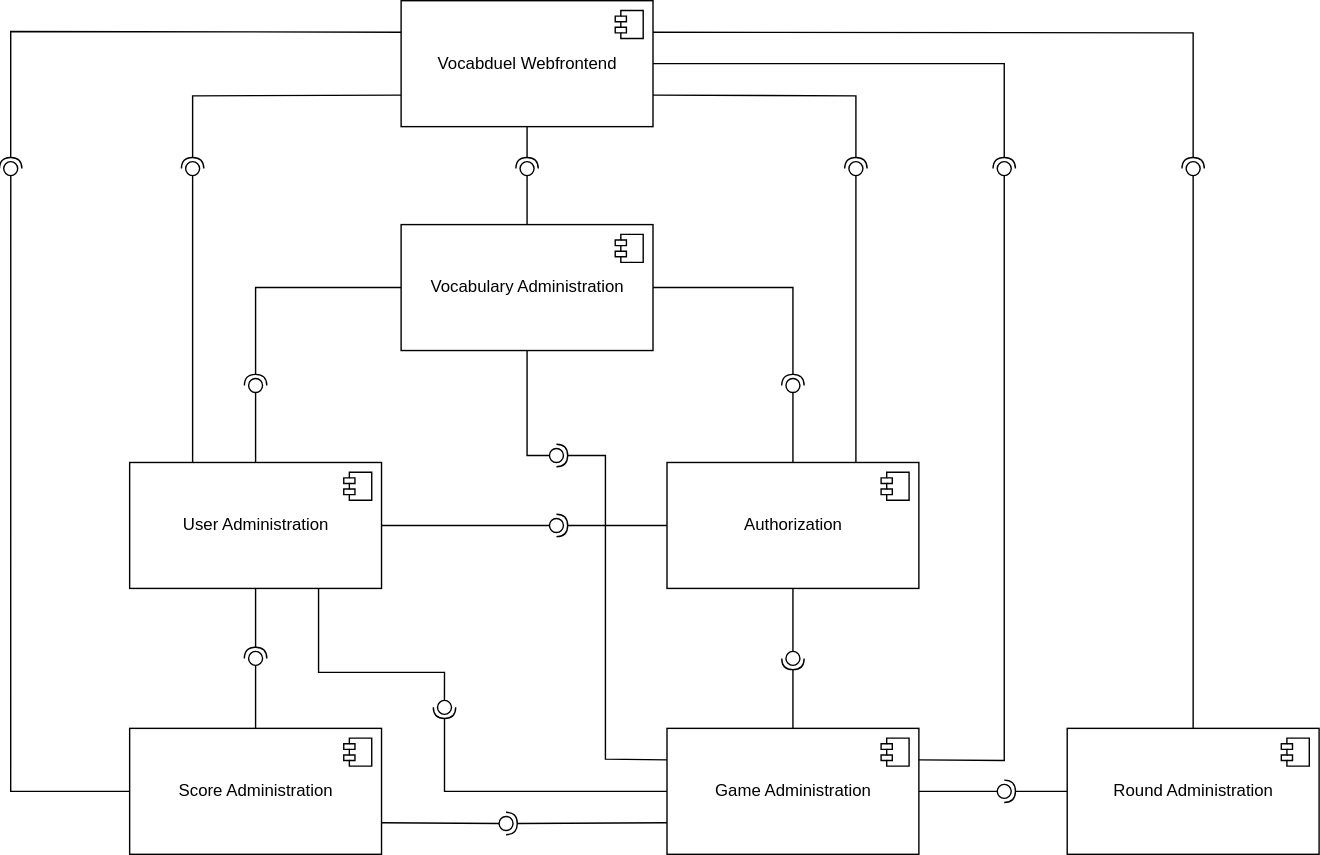
Above: components_diagram.svg in lucaslar/htw-kba-gr7-vocabduel-monorepo (draw.io), before the change. Source tidied: cells renumbered, new cells last; positions are measured from the earlier drawing's top-left corner, leaving out a move shared by most shapes.
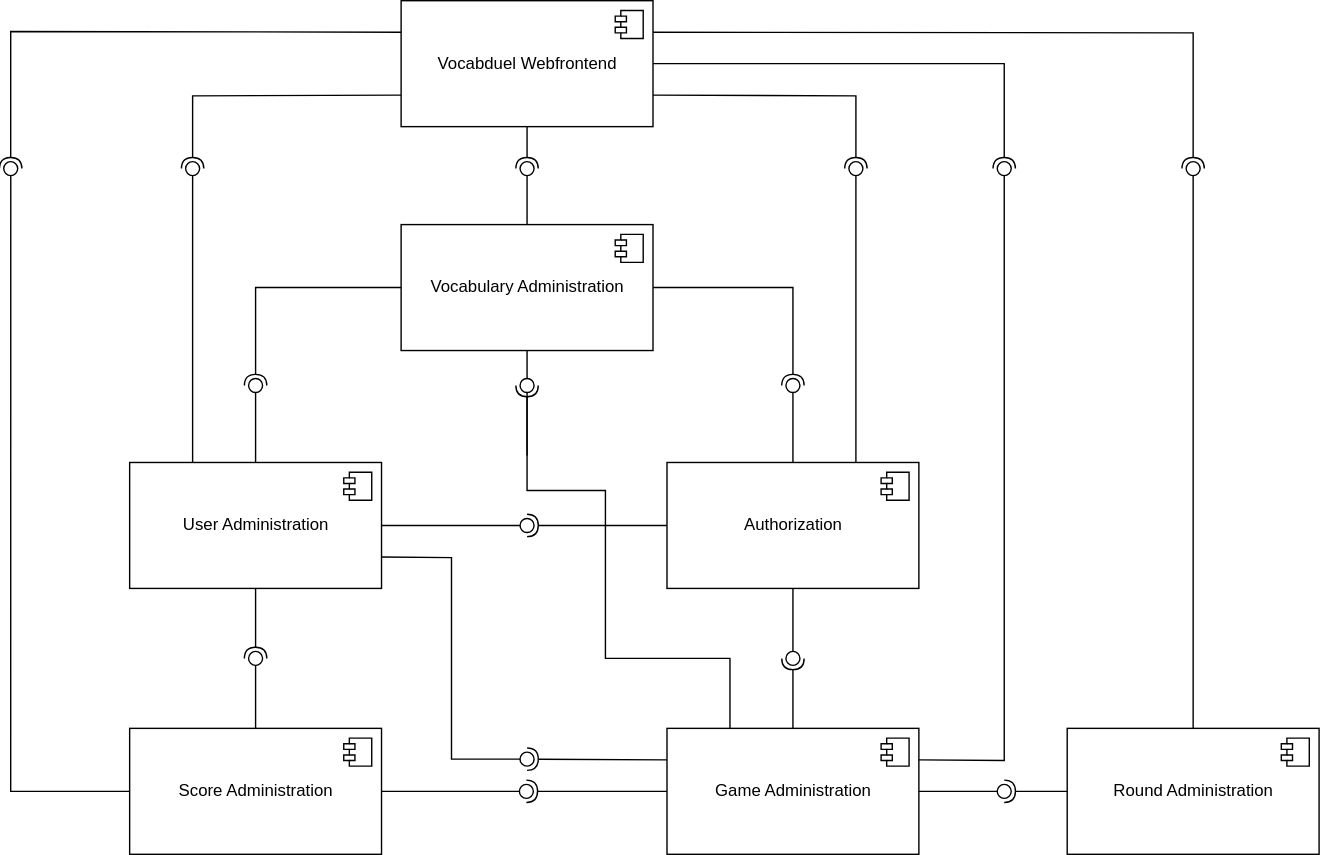
Later version of the same file.

Diff of the diagram source:
```diff
@@ -133,16 +133,18 @@
         </Array>
       </mxGeometry>
     </mxCell>
-    <mxCell id="30" style="rounded=0;jettySize=auto;html=1;endArrow=halfCircle;endFill=0;entryX=0.5;entryY=0.5;entryDx=0;entryDy=0;endSize=6;strokeWidth=1;exitX=0;exitY=0.25;exitDx=0;exitDy=0;" parent="1" edge="1" source="8" target="31">
+    <mxCell id="30" style="rounded=0;jettySize=auto;html=1;endArrow=halfCircle;endFill=0;entryX=0.5;entryY=0.5;entryDx=0;entryDy=0;endSize=6;strokeWidth=1;exitX=0.25;exitY=0;exitDx=0;exitDy=0;" parent="1" edge="1" source="8" target="31">
       <mxGeometry relative="1" as="geometry">
         <Array as="points">
-          <mxPoint x="430" y="542" />
-          <mxPoint x="430" y="325" />
+          <mxPoint x="519" y="470" />
+          <mxPoint x="430" y="470" />
+          <mxPoint x="430" y="350" />
+          <mxPoint x="374" y="350" />
         </Array>
       </mxGeometry>
     </mxCell>
     <mxCell id="31" style="ellipse;whiteSpace=wrap;html=1;fontFamily=Helvetica;fontSize=12;fontColor=#000000;align=center;strokeColor=#000000;fillColor=#ffffff;points=[];" parent="1" vertex="1">
-      <mxGeometry x="390" y="320" width="10" height="10" as="geometry" />
+      <mxGeometry x="369" y="270" width="10" height="10" as="geometry" />
     </mxCell>
     <mxCell id="32" style="rounded=0;jettySize=auto;html=1;endArrow=none;endFill=0;exitX=0.5;exitY=0;exitDx=0;exitDy=0;" parent="1" edge="1" source="12" target="34">
       <mxGeometry relative="1" as="geometry" />
@@ -155,32 +157,28 @@
     <mxCell id="34" style="ellipse;whiteSpace=wrap;html=1;fontFamily=Helvetica;fontSize=12;fontColor=#000000;align=center;strokeColor=#000000;fillColor=#ffffff;points=[];" parent="1" vertex="1">
       <mxGeometry x="175" y="465" width="10" height="10" as="geometry" />
     </mxCell>
-    <mxCell id="35" style="rounded=0;jettySize=auto;html=1;endArrow=none;endFill=0;exitX=1;exitY=0.75;exitDx=0;exitDy=0;" parent="1" edge="1" source="12" target="37">
+    <mxCell id="35" style="rounded=0;jettySize=auto;html=1;endArrow=none;endFill=0;exitX=1;exitY=0.5;exitDx=0;exitDy=0;" parent="1" edge="1" source="12" target="37">
       <mxGeometry relative="1" as="geometry" />
     </mxCell>
-    <mxCell id="36" style="rounded=0;jettySize=auto;html=1;endArrow=halfCircle;endFill=0;entryX=0.5;entryY=0.5;entryDx=0;entryDy=0;endSize=6;strokeWidth=1;exitX=0;exitY=0.75;exitDx=0;exitDy=0;" parent="1" edge="1" source="8" target="37">
+    <mxCell id="36" style="rounded=0;jettySize=auto;html=1;endArrow=halfCircle;endFill=0;entryX=0.5;entryY=0.5;entryDx=0;entryDy=0;endSize=6;strokeWidth=1;exitX=0;exitY=0.5;exitDx=0;exitDy=0;" parent="1" edge="1" source="8" target="37">
       <mxGeometry relative="1" as="geometry" />
     </mxCell>
     <mxCell id="37" style="ellipse;whiteSpace=wrap;html=1;fontFamily=Helvetica;fontSize=12;fontColor=#000000;align=center;strokeColor=#000000;fillColor=#ffffff;points=[];" parent="1" vertex="1">
-      <mxGeometry x="354" y="583" width="10" height="10" as="geometry" />
+      <mxGeometry x="368.5" y="560" width="10" height="10" as="geometry" />
     </mxCell>
-    <mxCell id="38" style="rounded=0;jettySize=auto;html=1;endArrow=none;endFill=0;exitX=0.75;exitY=1;exitDx=0;exitDy=0;entryX=0.496;entryY=-0.024;entryDx=0;entryDy=0;entryPerimeter=0;" parent="1" edge="1" source="2" target="40">
+    <mxCell id="38" style="rounded=0;jettySize=auto;html=1;endArrow=none;endFill=0;exitX=1;exitY=0.75;exitDx=0;exitDy=0;entryX=-0.001;entryY=0.502;entryDx=0;entryDy=0;entryPerimeter=0;" parent="1" edge="1" source="2" target="40">
       <mxGeometry relative="1" as="geometry">
         <Array as="points">
-          <mxPoint x="225" y="480" />
-          <mxPoint x="315" y="480" />
+          <mxPoint x="320" y="398" />
+          <mxPoint x="320" y="542" />
         </Array>
       </mxGeometry>
     </mxCell>
-    <mxCell id="39" style="rounded=0;jettySize=auto;html=1;endArrow=halfCircle;endFill=0;entryX=0.5;entryY=0.5;entryDx=0;entryDy=0;endSize=6;strokeWidth=1;exitX=0;exitY=0.5;exitDx=0;exitDy=0;" parent="1" edge="1" source="8" target="40">
-      <mxGeometry relative="1" as="geometry">
-        <Array as="points">
-          <mxPoint x="315" y="565" />
-        </Array>
-      </mxGeometry>
+    <mxCell id="39" style="rounded=0;jettySize=auto;html=1;endArrow=halfCircle;endFill=0;entryX=0.5;entryY=0.5;entryDx=0;entryDy=0;endSize=6;strokeWidth=1;exitX=0;exitY=0.25;exitDx=0;exitDy=0;" parent="1" edge="1" source="8" target="40">
+      <mxGeometry relative="1" as="geometry" />
     </mxCell>
     <mxCell id="40" style="ellipse;whiteSpace=wrap;html=1;fontFamily=Helvetica;fontSize=12;fontColor=#000000;align=center;strokeColor=#000000;fillColor=#ffffff;points=[];" parent="1" vertex="1">
-      <mxGeometry x="310" y="500" width="10" height="10" as="geometry" />
+      <mxGeometry x="369" y="537" width="10" height="10" as="geometry" />
     </mxCell>
     <mxCell id="41" style="rounded=0;jettySize=auto;html=1;endArrow=none;endFill=0;" parent="1" edge="1" source="2" target="43">
       <mxGeometry relative="1" as="geometry" />
@@ -202,7 +200,7 @@
       <mxGeometry relative="1" as="geometry" />
     </mxCell>
     <mxCell id="46" style="ellipse;whiteSpace=wrap;html=1;fontFamily=Helvetica;fontSize=12;fontColor=#000000;align=center;strokeColor=#000000;fillColor=#ffffff;points=[];" parent="1" vertex="1">
-      <mxGeometry x="390" y="370" width="10" height="10" as="geometry" />
+      <mxGeometry x="369" y="370" width="10" height="10" as="geometry" />
     </mxCell>
     <mxCell id="47" style="rounded=0;jettySize=auto;html=1;endArrow=none;endFill=0;" parent="1" edge="1" source="6" target="49">
       <mxGeometry relative="1" as="geometry" />
```
